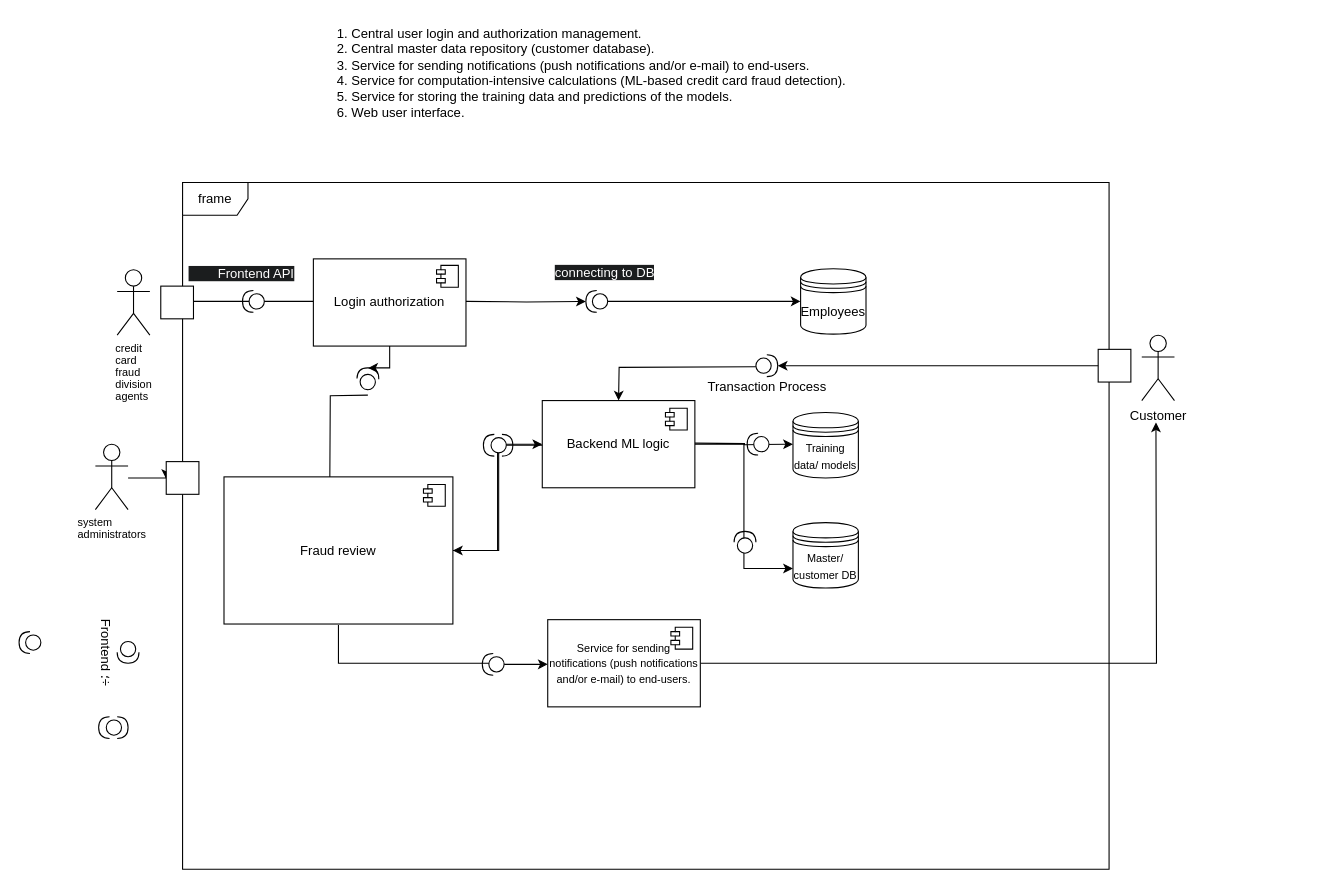
Before: gifs/Untitled Diagram.drawio in midani-47/midani-47, a draw.io diagram. Source tidied: cells renumbered, new cells numbered last; positions are measured from the earlier drawing's top-left corner, leaving out a move shared by most shapes. Both pictures are drawn from the tidied source at 109%, with x=0, y=0 at pixel (19, 19).
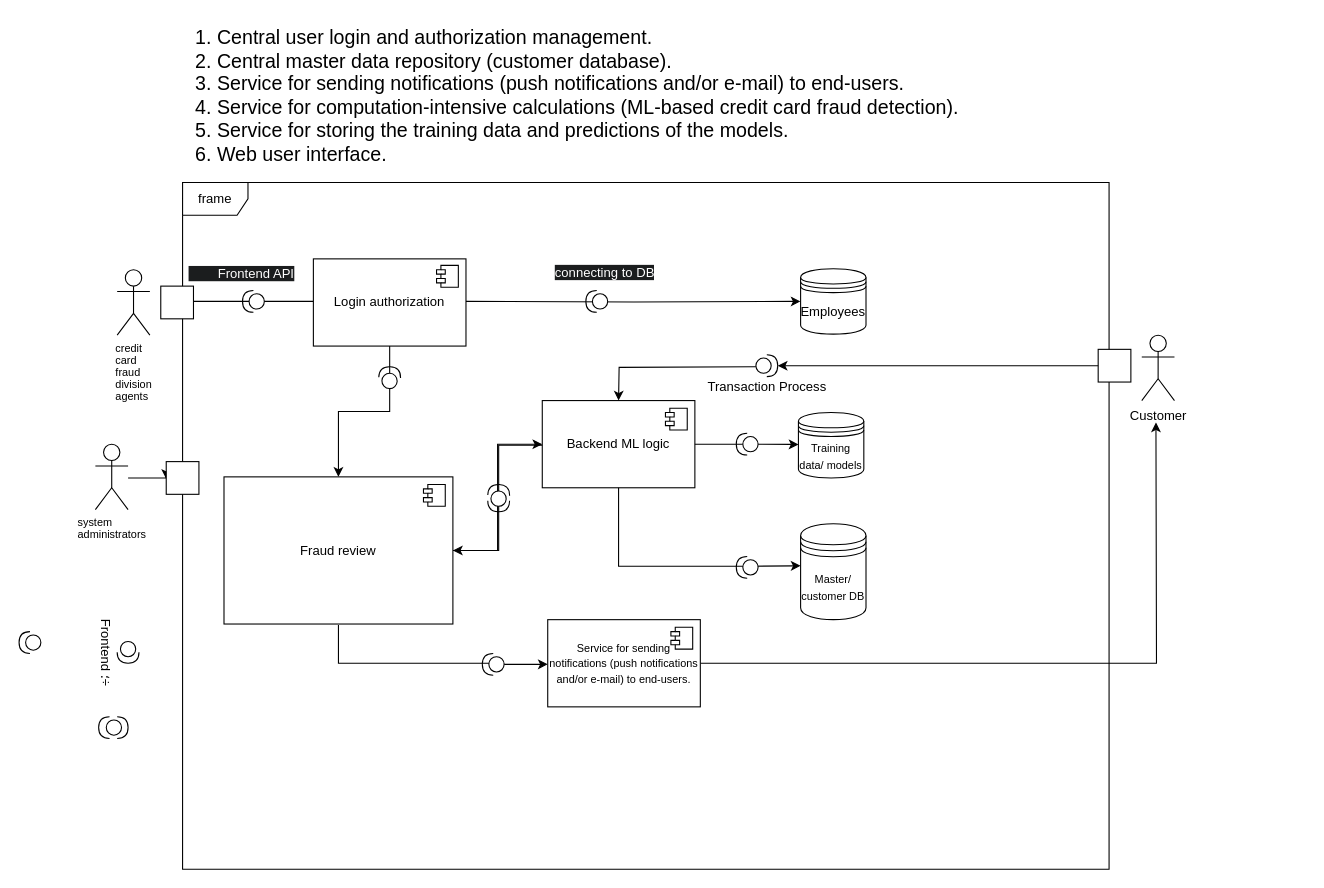
The same page after the edit.

The change refers to these unchanged cells:
```xml
<mxCell id="13" value="Login authorization" style="html=1;whiteSpace=wrap;" parent="1" vertex="1">
  <mxGeometry x="270" y="220" width="140" height="80" as="geometry" />
</mxCell>
<mxCell id="17" value="Fraud review" style="html=1;whiteSpace=wrap;" parent="1" vertex="1">
  <mxGeometry x="188" y="420" width="210" height="135" as="geometry" />
</mxCell>
<mxCell id="19" value="Employees" style="shape=datastore;whiteSpace=wrap;html=1;" parent="1" vertex="1">
  <mxGeometry x="717" y="229" width="60" height="60" as="geometry" />
</mxCell>
<mxCell id="23" style="shape=providedRequiredInterface;html=1;verticalLabelPosition=bottom;sketch=0;rotation=-180;" parent="1" vertex="1">
  <mxGeometry x="520" y="249" width="20" height="20" as="geometry" />
</mxCell>
<mxCell id="28" value="Backend ML logic" style="html=1;whiteSpace=wrap;" parent="1" vertex="1">
  <mxGeometry x="480" y="350" width="140" height="80" as="geometry" />
</mxCell>
```

Change to the diagram source:
```diff
@@
-    <mxCell id="4" value="1. Central user login and authorization management.&#10;2. Central master data repository (customer database).&#10;3. Service for sending notifications (push notifications and/or e-mail) to end-users.&#10;4. Service for computation-intensive calculations (ML-based credit card fraud detection).&#10;5. Service for storing the training data and predictions of the models.&#10;6. Web user interface." style="text;whiteSpace=wrap;html=1;" parent="1" vertex="1">
-      <mxGeometry x="290" width="500" height="110" as="geometry" />
+    <mxCell id="4" value="&lt;font style=&quot;font-size: 18px;&quot;&gt;1. Central user login and authorization management.&lt;br&gt;2. Central master data repository (customer database).&lt;br&gt;3. Service for sending notifications (push notifications and/or e-mail) to end-users.&lt;br&gt;4. Service for computation-intensive calculations (ML-based credit card fraud detection).&lt;br&gt;5. Service for storing the training data and predictions of the models.&lt;br&gt;6. Web user interface.&lt;/font&gt;" style="text;whiteSpace=wrap;html=1;" parent="1" vertex="1">
+      <mxGeometry x="160" width="1020" height="110" as="geometry" />
     </mxCell>
-    <mxCell id="5" style="edgeStyle=orthogonalEdgeStyle;rounded=0;orthogonalLoop=1;jettySize=auto;html=1;" parent="1" edge="1">
-      <mxGeometry relative="1" as="geometry">
-        <mxPoint x="320" y="345" as="sourcePoint" />
-        <mxPoint x="285" y="440" as="targetPoint" />
-      </mxGeometry>
-    </mxCell>
-    <mxCell id="6" style="shape=providedRequiredInterface;html=1;verticalLabelPosition=bottom;sketch=0;rotation=-88;" parent="1" vertex="1">
-      <mxGeometry x="310" y="320" width="20" height="20" as="geometry" />
-    </mxCell>
@@
-    <mxCell id="12" style="edgeStyle=orthogonalEdgeStyle;rounded=0;jettySize=auto;html=1;" parent="1" edge="1" target="23">
+    <mxCell id="12" style="edgeStyle=orthogonalEdgeStyle;rounded=0;jettySize=auto;html=1;" parent="1" edge="1" target="19">
       <mxGeometry relative="1" as="geometry">
         <mxPoint x="410" y="259" as="sourcePoint" />
       </mxGeometry>
     </mxCell>
+    <mxCell id="50" style="edgeStyle=orthogonalEdgeStyle;rounded=0;jettySize=auto;html=1;entryX=0.5;entryY=0;entryDx=0;entryDy=0;" parent="1" edge="1" source="13" target="17">
+      <mxGeometry relative="1" as="geometry" />
+    </mxCell>
@@
-    <mxCell id="22" style="edgeStyle=orthogonalEdgeStyle;rounded=0;jettySize=auto;html=1;" parent="1" edge="1" source="23" target="19">
-      <mxGeometry relative="1" as="geometry" />
-    </mxCell>
@@
-    <mxCell id="24" style="edgeStyle=orthogonalEdgeStyle;rounded=0;jettySize=auto;html=1;entryX=1;entryY=0.5;entryDx=0;entryDy=0;entryPerimeter=0;" parent="1" edge="1" source="13" target="6">
-      <mxGeometry relative="1" as="geometry" />
-    </mxCell>
-    <mxCell id="25" style="edgeStyle=orthogonalEdgeStyle;rounded=0;jettySize=auto;html=1;entryX=0;entryY=0.7;entryDx=0;entryDy=0;" parent="1" edge="1" source="28" target="32">
-      <mxGeometry relative="1" as="geometry" />
+    <mxCell id="25" style="edgeStyle=orthogonalEdgeStyle;rounded=0;orthogonalLoop=1;jettySize=auto;html=1;entryX=0;entryY=0.7;entryDx=0;entryDy=0;" parent="1" edge="1">
+      <mxGeometry relative="1" as="geometry">
+        <mxPoint x="550" y="407" as="sourcePoint" />
+        <mxPoint x="717" y="501.6" as="targetPoint" />
+        <Array as="points">
+          <mxPoint x="550" y="502" />
+          <mxPoint x="669" y="502" />
+        </Array>
+      </mxGeometry>
     </mxCell>
-    <mxCell id="26" style="edgeStyle=orthogonalEdgeStyle;rounded=0;orthogonalLoop=1;jettySize=auto;html=1;" parent="1" edge="1">
-      <mxGeometry relative="1" as="geometry">
-        <mxPoint x="620" y="389" as="sourcePoint" />
-        <mxPoint x="710" y="390" as="targetPoint" />
-      </mxGeometry>
-    </mxCell>
@@
     <mxCell id="30" value="&lt;span style=&quot;font-size: 10px;&quot;&gt;Training data/ models&lt;/span&gt;" style="shape=datastore;whiteSpace=wrap;html=1;" parent="1" vertex="1">
-      <mxGeometry x="710" y="361" width="60" height="60" as="geometry" />
+      <mxGeometry x="715" y="361" width="60" height="60" as="geometry" />
     </mxCell>
@@
     <mxCell id="32" value="&lt;font style=&quot;font-size: 10px;&quot;&gt;Master/&lt;/font&gt;&lt;div&gt;&lt;font style=&quot;font-size: 10px;&quot;&gt;customer DB&lt;/font&gt;&lt;/div&gt;" style="shape=datastore;whiteSpace=wrap;html=1;" parent="1" vertex="1">
-      <mxGeometry x="710" y="462" width="60" height="60" as="geometry" />
+      <mxGeometry x="717" y="463" width="60" height="88" as="geometry" />
     </mxCell>
-    <mxCell id="33" style="shape=providedRequiredInterface;html=1;verticalLabelPosition=bottom;sketch=0;rotation=-90;" parent="1" vertex="1">
-      <mxGeometry x="656" y="470" width="20" height="20" as="geometry" />
+    <mxCell id="33" style="shape=providedRequiredInterface;html=1;verticalLabelPosition=bottom;sketch=0;rotation=-180;" parent="1" vertex="1">
+      <mxGeometry x="658" y="493" width="20" height="20" as="geometry" />
     </mxCell>
@@
+    <mxCell id="47" style="shape=providedRequiredInterface;html=1;verticalLabelPosition=bottom;sketch=0;rotation=-180;" parent="1" vertex="1">
+      <mxGeometry x="425" y="582" width="20" height="20" as="geometry" />
+    </mxCell>
+    <mxCell id="51" style="edgeStyle=orthogonalEdgeStyle;rounded=0;jettySize=auto;html=1;entryX=0.385;entryY=0.486;entryDx=0;entryDy=0;entryPerimeter=0;exitX=1;exitY=0.5;exitDx=0;exitDy=0;" parent="1" edge="1" source="28">
+      <mxGeometry relative="1" as="geometry">
+        <mxPoint x="715.1" y="390.2" as="targetPoint" />
+      </mxGeometry>
+    </mxCell>
     <mxCell id="46" style="shape=providedRequiredInterface;html=1;verticalLabelPosition=bottom;sketch=0;rotation=-180;" parent="1" vertex="1">
-      <mxGeometry x="668" y="380" width="20" height="20" as="geometry" />
+      <mxGeometry x="658" y="380" width="20" height="20" as="geometry" />
     </mxCell>
-    <mxCell id="47" style="shape=providedRequiredInterface;html=1;verticalLabelPosition=bottom;sketch=0;rotation=-180;" parent="1" vertex="1">
-      <mxGeometry x="425" y="582" width="20" height="20" as="geometry" />
-    </mxCell>
-    <mxCell id="48" style="shape=providedRequiredInterface;html=1;verticalLabelPosition=bottom;sketch=0;" parent="1" vertex="1">
-      <mxGeometry x="433" y="381" width="20" height="20" as="geometry" />
-    </mxCell>
+    <mxCell id="6" style="shape=providedRequiredInterface;html=1;verticalLabelPosition=bottom;sketch=0;rotation=-88;" parent="1" vertex="1">
+      <mxGeometry x="330" y="319" width="20" height="20" as="geometry" />
+    </mxCell>
+    <mxCell id="52" style="group;" parent="1" vertex="1">
+      <mxGeometry x="429.7" y="426.7" width="20.7" height="25.3" as="geometry" />
+    </mxCell>
-    <mxCell id="49" style="shape=requiredInterface;html=1;verticalLabelPosition=bottom;sketch=0;rotation=-180;" parent="1" vertex="1">
-      <mxGeometry x="426" y="381" width="10" height="20" as="geometry" />
+    <mxCell id="49" style="shape=requiredInterface;html=1;verticalLabelPosition=bottom;sketch=0;rotation=90;" parent="52" vertex="1">
+      <mxGeometry x="5.3" y="10.3" width="10" height="20" as="geometry" />
     </mxCell>
+    <mxCell id="53" style="shape=providedRequiredInterface;html=1;verticalLabelPosition=bottom;sketch=0;rotation=-88;" parent="52" vertex="1">
+      <mxGeometry x="0.3" y="0.3" width="20" height="20" as="geometry" />
+    </mxCell>
```
